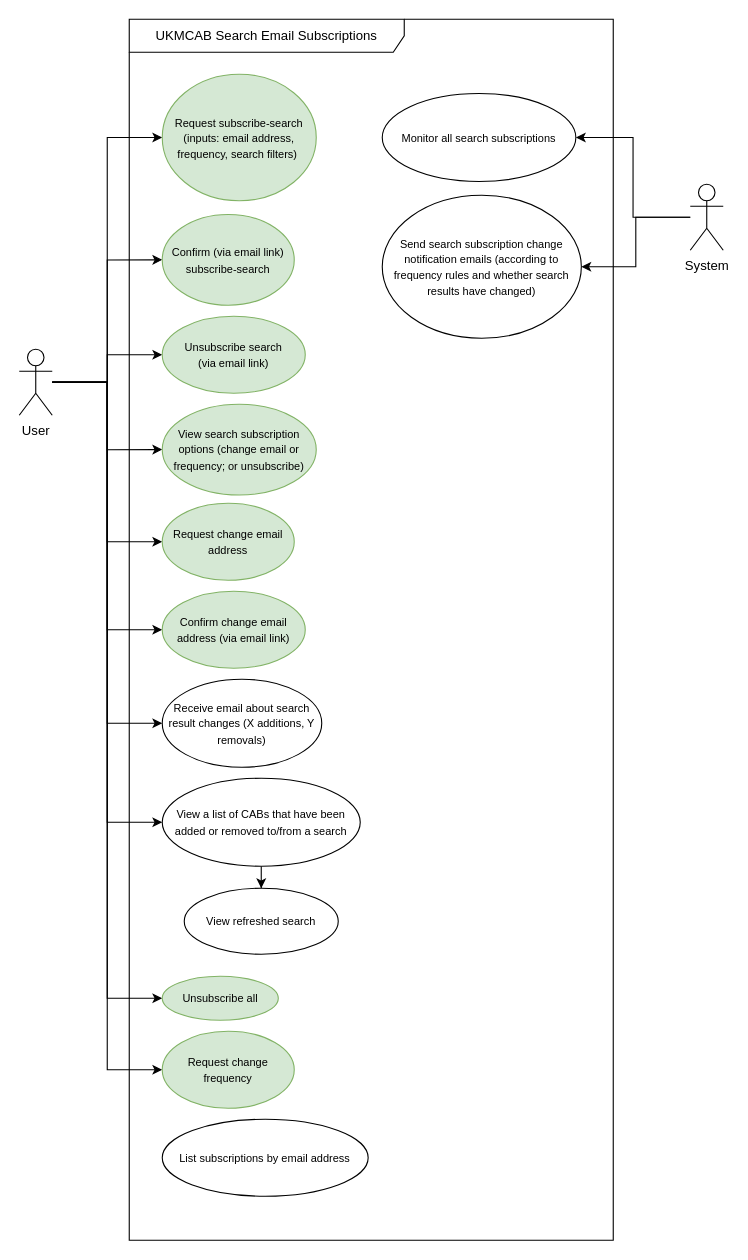
Above: page "Search subscriptions" (1 of 2) of UKMCAB.Subscriptions/use_case.drawio in OfficeForProductSafetyAndStandards/ukmcab-subscriptions (draw.io), before the change. Source tidied: cells renumbered, new cells numbered last; positions are measured from the earlier drawing's top-left corner, leaving out a move shared by most shapes. Both pictures are drawn from the tidied source at 110%, with x=0, y=0 at pixel (19, 19).
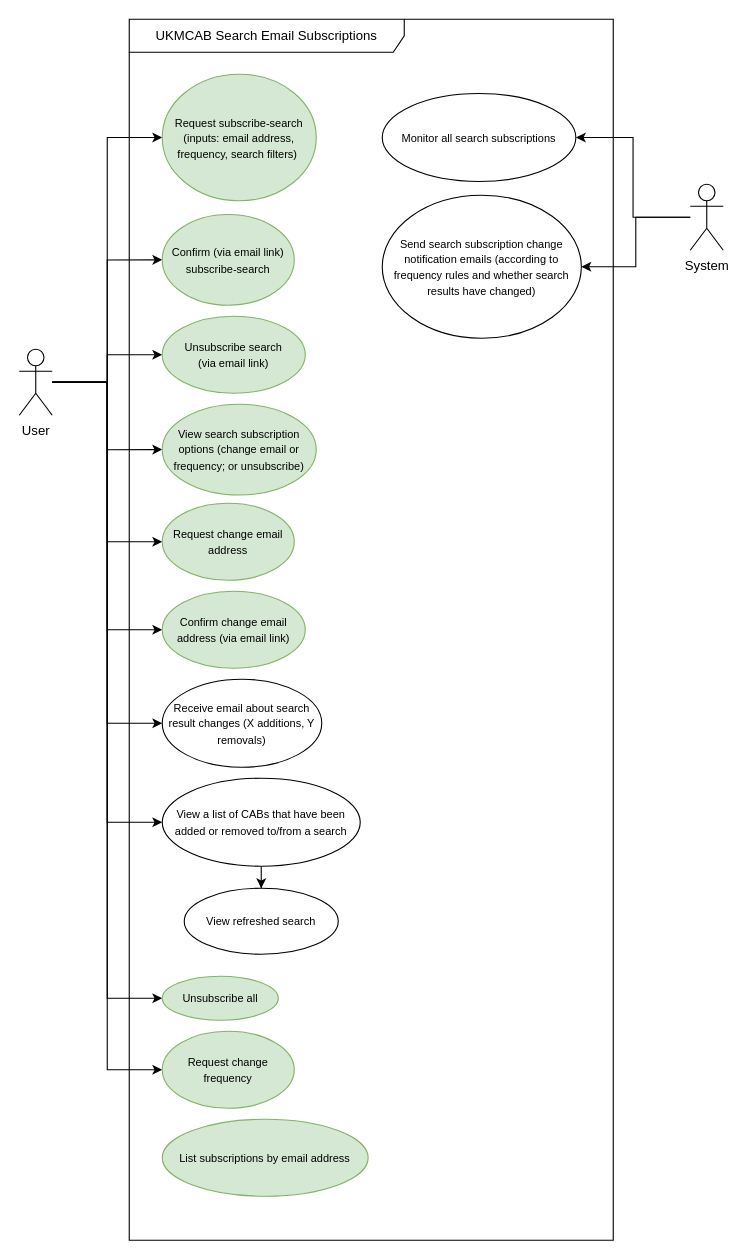
The same diagram, later.

Change to the diagram source:
```diff
@@
-    <mxCell id="31" value="&lt;font style=&quot;font-size: 10px;&quot;&gt;List subscriptions by email address&lt;/font&gt;" style="ellipse;whiteSpace=wrap;html=1;" parent="1" vertex="1">
+    <mxCell id="31" value="&lt;font style=&quot;font-size: 10px;&quot;&gt;List subscriptions by email address&lt;/font&gt;" style="ellipse;whiteSpace=wrap;html=1;fillColor=#d5e8d4;strokeColor=#82b366;" parent="1" vertex="1">
       <mxGeometry x="130" y="1000" width="187.2" height="70" as="geometry" />
     </mxCell>
```
